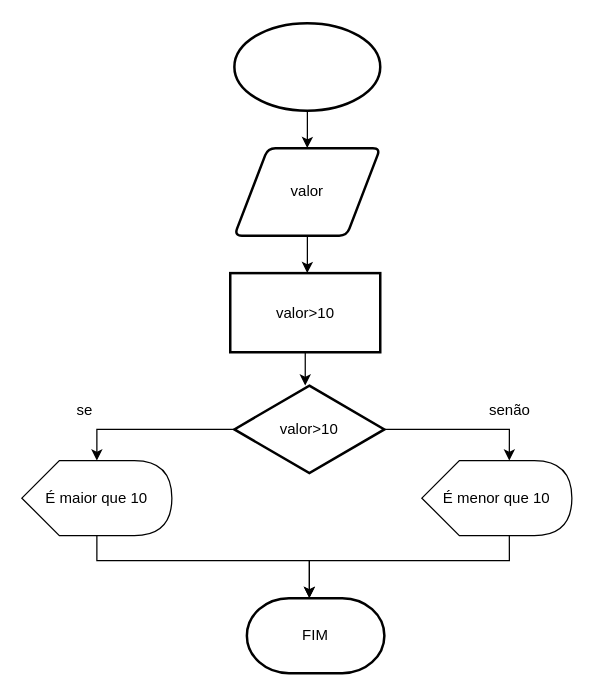
Before: 2ATVquestão1.drawio in MarcosWPinheiroM/php, a draw.io diagram. Source tidied: cells renumbered, new cells numbered last; positions are measured from the earlier drawing's top-left corner, leaving out a move shared by most shapes. Both pictures are drawn from the tidied source at 125%, with x=0, y=0 at pixel (21, 22).
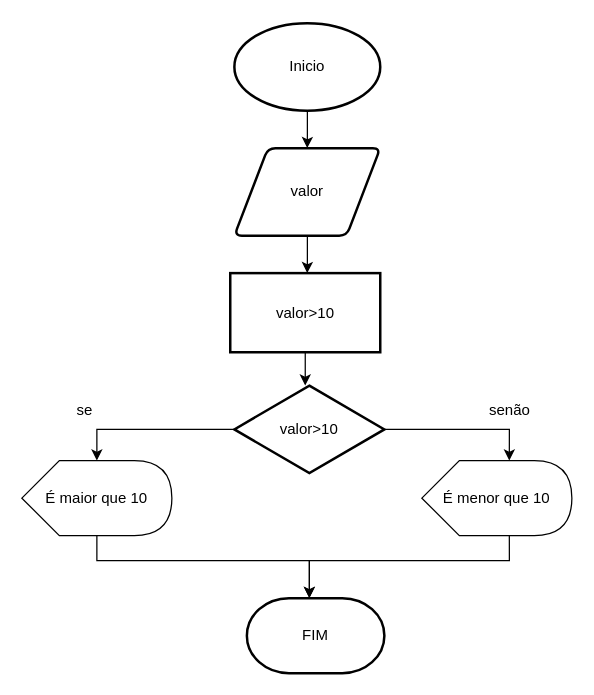
Above is the later version.

Change to the diagram source:
```diff
@@
-    <mxCell id="3" style="strokeWidth=2;html=1;shape=mxgraph.flowchart.start_1;whiteSpace=wrap;" parent="1" vertex="1">
+    <mxCell id="3" value="Inicio" style="strokeWidth=2;html=1;shape=mxgraph.flowchart.start_1;whiteSpace=wrap;" parent="1" vertex="1">
       <mxGeometry x="170" width="116.7" height="70" as="geometry" />
     </mxCell>
```
